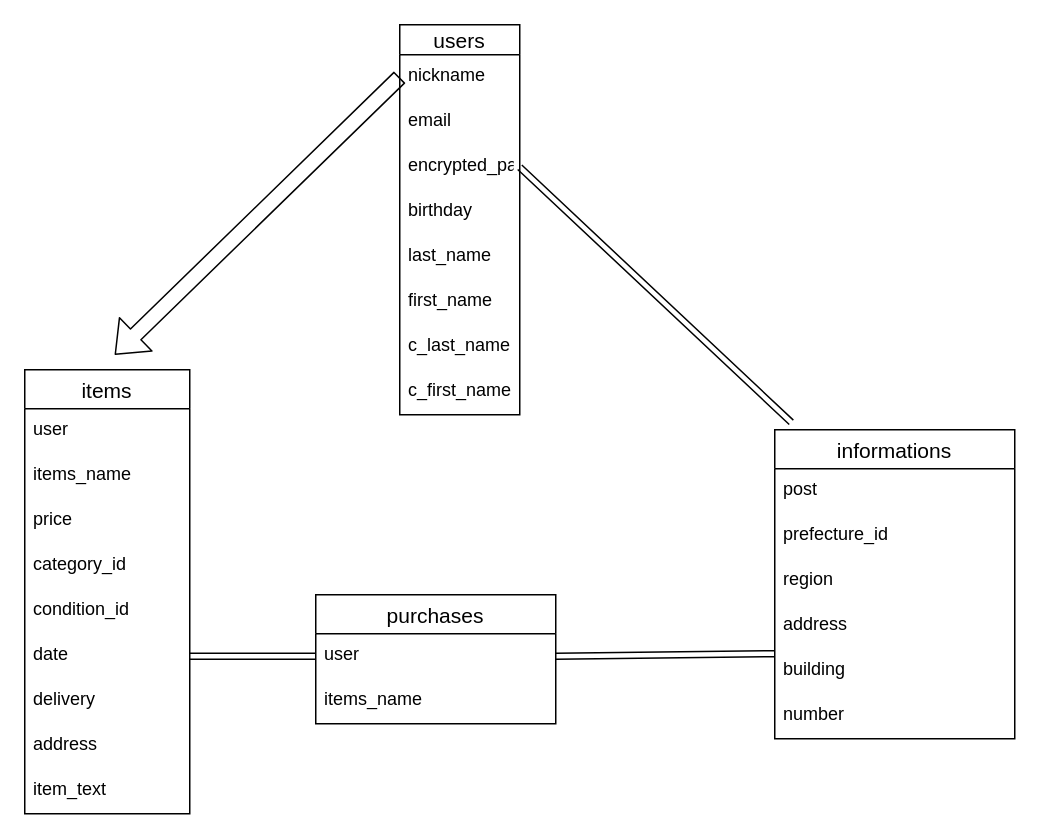
Haine15tot/furima-39498 keeps this draw.io diagram as a.dio. Above is the earlier version. Source tidied: cells renumbered, new cells numbered last; positions are measured from the earlier drawing's top-left corner, leaving out a move shared by most shapes. Both pictures are drawn from the tidied source at 150%, with x=0, y=0 at pixel (24, 24).
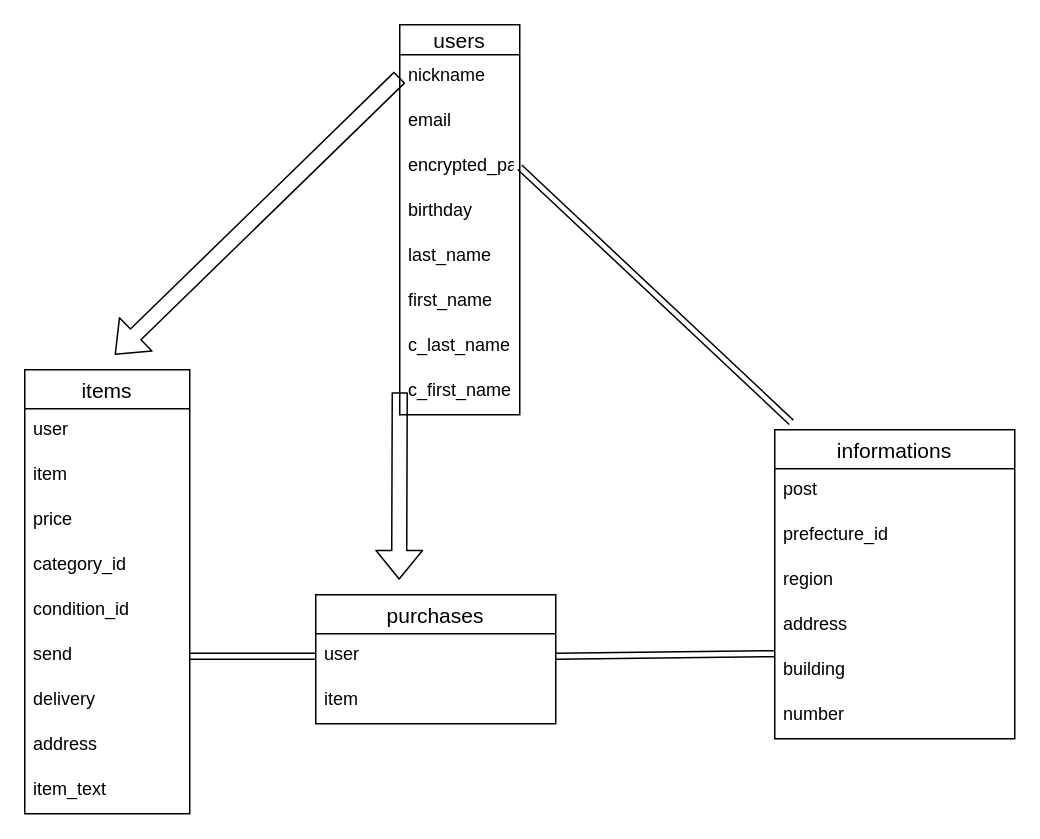
The same diagram, later.

The change refers to these unchanged cells:
```xml
<mxCell id="10" value="c_first_name" style="text;strokeColor=none;fillColor=none;spacingLeft=4;spacingRight=4;overflow=hidden;points=[[0,0.5],[1,0.5]];portConstraint=eastwest;fontSize=12;" parent="2" vertex="1">
  <mxGeometry y="230" width="80" height="30" as="geometry" />
</mxCell>
<mxCell id="11" value="items" style="swimlane;fontStyle=0;horizontal=1;startSize=26;align=center;fontSize=14;" parent="1" vertex="1">
  <mxGeometry y="230" width="110" height="296" as="geometry" />
</mxCell>
<mxCell id="28" value="purchases" style="swimlane;fontStyle=0;horizontal=1;startSize=26;align=center;fontSize=14;" parent="1" vertex="1">
  <mxGeometry x="194" y="380" width="160" height="86" as="geometry" />
</mxCell>
```

The edit, as a diff of the source:
```diff
@@
-    <mxCell id="13" value="items_name" style="text;strokeColor=none;fillColor=none;spacingLeft=4;spacingRight=4;overflow=hidden;fontSize=12;" parent="11" vertex="1">
+    <mxCell id="13" value="item" style="text;strokeColor=none;fillColor=none;spacingLeft=4;spacingRight=4;overflow=hidden;fontSize=12;" parent="11" vertex="1">
       <mxGeometry y="56" width="110" height="30" as="geometry" />
     </mxCell>
@@
-    <mxCell id="17" value="date" style="text;strokeColor=none;fillColor=none;spacingLeft=4;spacingRight=4;overflow=hidden;points=[[0,0.5],[1,0.5]];portConstraint=eastwest;fontSize=12;" parent="11" vertex="1">
+    <mxCell id="17" value="send" style="text;strokeColor=none;fillColor=none;spacingLeft=4;spacingRight=4;overflow=hidden;points=[[0,0.5],[1,0.5]];portConstraint=eastwest;fontSize=12;" parent="11" vertex="1">
       <mxGeometry y="176" width="110" height="30" as="geometry" />
     </mxCell>
@@
-    <mxCell id="30" value="items_name" style="text;strokeColor=none;fillColor=none;spacingLeft=4;spacingRight=4;overflow=hidden;fontSize=12;" parent="28" vertex="1">
+    <mxCell id="30" value="item" style="text;strokeColor=none;fillColor=none;spacingLeft=4;spacingRight=4;overflow=hidden;fontSize=12;" parent="28" vertex="1">
       <mxGeometry y="56" width="160" height="30" as="geometry" />
     </mxCell>
@@
+    <mxCell id="35" style="edgeStyle=none;shape=flexArrow;html=1;exitX=0;exitY=0.5;exitDx=0;exitDy=0;endArrow=classicThin;endFill=1;" parent="1" edge="1" source="10">
+      <mxGeometry relative="1" as="geometry">
+        <mxPoint x="249.6" y="370" as="targetPoint" />
+      </mxGeometry>
+    </mxCell>
```
